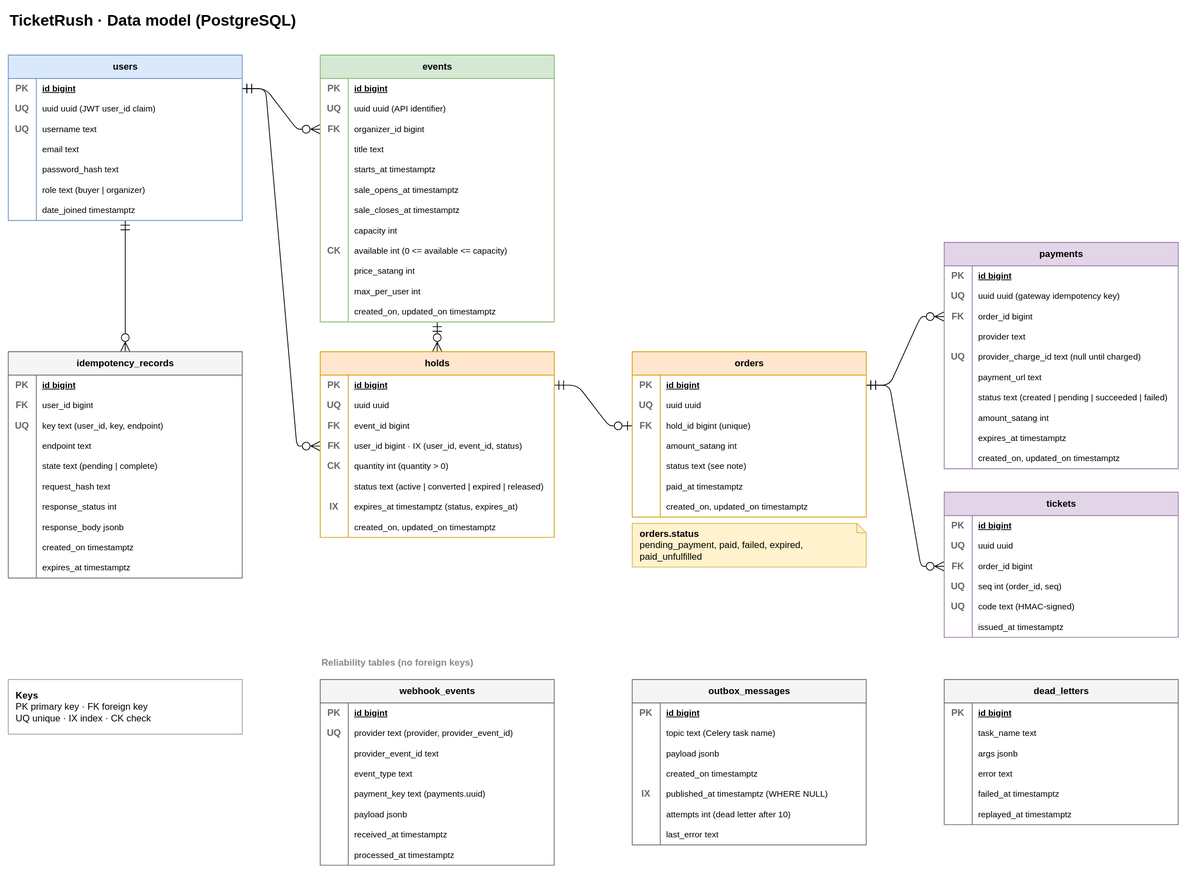
NaphatJM/ticketrush keeps this draw.io diagram as docs/diagrams/data-model.drawio.svg. Above is the earlier version. Source tidied: cells renumbered, new cells last; positions are measured from the earlier drawing's top-left corner, leaving out a move shared by most shapes.
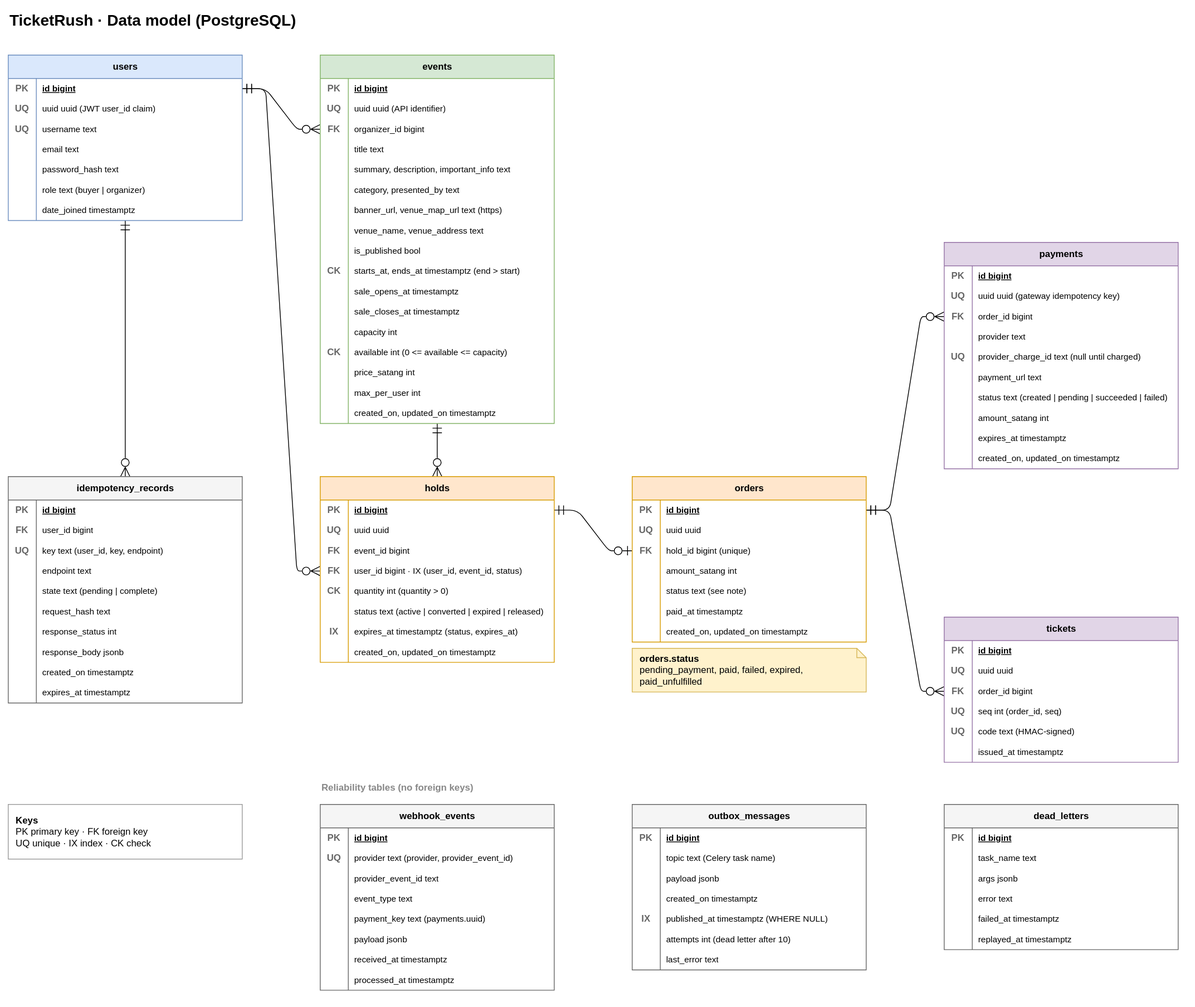
Later version of the same file.

Diff of the diagram source:
```diff
@@ -25,7 +25,7 @@
     </mxCell>
     <mxCell id="9" value="Components" parent="0" />
     <mxCell id="10" value="users" style="shape=table;startSize=30;rowLines=0;fontStyle=1;align=center;html=1;fillColor=#dae8fc;strokeColor=#6c8ebf;swimlaneFillColor=#ffffff;" parent="9" vertex="1">
-      <mxGeometry y="60" width="300" height="212" as="geometry" />
+      <mxGeometry y="-100" width="300" height="212" as="geometry" />
     </mxCell>
     <mxCell id="11" style="shape=tableRow;horizontal=0;startSize=0;swimlaneHead=0;swimlaneBody=0;fillColor=none;points=[[0,0.5],[1,0.5]];portConstraint=eastwest;top=0;left=0;right=0;bottom=0;html=1;" parent="10" vertex="1">
       <mxGeometry y="30" width="300" height="26" as="geometry" />
@@ -91,7 +91,7 @@
       <mxGeometry x="36" width="264" height="26" as="geometry" />
     </mxCell>
     <mxCell id="32" value="events" style="shape=table;startSize=30;rowLines=0;fontStyle=1;align=center;html=1;fillColor=#d5e8d4;strokeColor=#82b366;swimlaneFillColor=#ffffff;" parent="9" vertex="1">
-      <mxGeometry x="400" y="60" width="300" height="342" as="geometry" />
+      <mxGeometry x="400" y="-100" width="300" height="472" as="geometry" />
     </mxCell>
     <mxCell id="33" style="shape=tableRow;horizontal=0;startSize=0;swimlaneHead=0;swimlaneBody=0;fillColor=none;top=0;left=0;right=0;bottom=0;html=1;" parent="32" vertex="1">
       <mxGeometry y="30" width="300" height="26" as="geometry" />
@@ -135,7 +135,7 @@
     <mxCell id="46" style="shape=partialRectangle;fillColor=none;top=0;left=0;bottom=0;right=0;fontStyle=1;overflow=hidden;html=1;fontColor=#666666;" parent="45" vertex="1">
       <mxGeometry width="36" height="26" as="geometry" />
     </mxCell>
-    <mxCell id="47" value="starts_at timestamptz" style="shape=partialRectangle;fillColor=none;top=0;left=0;bottom=0;right=0;align=left;spacingLeft=6;overflow=hidden;html=1;fontSize=11;" parent="45" vertex="1">
+    <mxCell id="47" value="summary, description, important_info text" style="shape=partialRectangle;fillColor=none;top=0;left=0;bottom=0;right=0;align=left;spacingLeft=6;overflow=hidden;html=1;fontSize=11;" parent="45" vertex="1">
       <mxGeometry x="36" width="264" height="26" as="geometry" />
     </mxCell>
     <mxCell id="48" style="shape=tableRow;horizontal=0;startSize=0;swimlaneHead=0;swimlaneBody=0;fillColor=none;top=0;left=0;right=0;bottom=0;html=1;" parent="32" vertex="1">
@@ -144,7 +144,7 @@
     <mxCell id="49" style="shape=partialRectangle;fillColor=none;top=0;left=0;bottom=0;right=0;fontStyle=1;overflow=hidden;html=1;fontColor=#666666;" parent="48" vertex="1">
       <mxGeometry width="36" height="26" as="geometry" />
     </mxCell>
-    <mxCell id="50" value="sale_opens_at timestamptz" style="shape=partialRectangle;fillColor=none;top=0;left=0;bottom=0;right=0;align=left;spacingLeft=6;overflow=hidden;html=1;fontSize=11;" parent="48" vertex="1">
+    <mxCell id="50" value="category, presented_by text" style="shape=partialRectangle;fillColor=none;top=0;left=0;bottom=0;right=0;align=left;spacingLeft=6;overflow=hidden;html=1;fontSize=11;" parent="48" vertex="1">
       <mxGeometry x="36" width="264" height="26" as="geometry" />
     </mxCell>
     <mxCell id="51" style="shape=tableRow;horizontal=0;startSize=0;swimlaneHead=0;swimlaneBody=0;fillColor=none;top=0;left=0;right=0;bottom=0;html=1;" parent="32" vertex="1">
@@ -153,7 +153,7 @@
     <mxCell id="52" style="shape=partialRectangle;fillColor=none;top=0;left=0;bottom=0;right=0;fontStyle=1;overflow=hidden;html=1;fontColor=#666666;" parent="51" vertex="1">
       <mxGeometry width="36" height="26" as="geometry" />
     </mxCell>
-    <mxCell id="53" value="sale_closes_at timestamptz" style="shape=partialRectangle;fillColor=none;top=0;left=0;bottom=0;right=0;align=left;spacingLeft=6;overflow=hidden;html=1;fontSize=11;" parent="51" vertex="1">
+    <mxCell id="53" value="banner_url, venue_map_url text  (https)" style="shape=partialRectangle;fillColor=none;top=0;left=0;bottom=0;right=0;align=left;spacingLeft=6;overflow=hidden;html=1;fontSize=11;" parent="51" vertex="1">
       <mxGeometry x="36" width="264" height="26" as="geometry" />
     </mxCell>
     <mxCell id="54" style="shape=tableRow;horizontal=0;startSize=0;swimlaneHead=0;swimlaneBody=0;fillColor=none;top=0;left=0;right=0;bottom=0;html=1;" parent="32" vertex="1">
@@ -162,25 +162,25 @@
     <mxCell id="55" style="shape=partialRectangle;fillColor=none;top=0;left=0;bottom=0;right=0;fontStyle=1;overflow=hidden;html=1;fontColor=#666666;" parent="54" vertex="1">
       <mxGeometry width="36" height="26" as="geometry" />
     </mxCell>
-    <mxCell id="56" value="capacity int" style="shape=partialRectangle;fillColor=none;top=0;left=0;bottom=0;right=0;align=left;spacingLeft=6;overflow=hidden;html=1;fontSize=11;" parent="54" vertex="1">
+    <mxCell id="56" value="venue_name, venue_address text" style="shape=partialRectangle;fillColor=none;top=0;left=0;bottom=0;right=0;align=left;spacingLeft=6;overflow=hidden;html=1;fontSize=11;" parent="54" vertex="1">
       <mxGeometry x="36" width="264" height="26" as="geometry" />
     </mxCell>
     <mxCell id="57" style="shape=tableRow;horizontal=0;startSize=0;swimlaneHead=0;swimlaneBody=0;fillColor=none;top=0;left=0;right=0;bottom=0;html=1;" parent="32" vertex="1">
       <mxGeometry y="238" width="300" height="26" as="geometry" />
     </mxCell>
-    <mxCell id="58" value="CK" style="shape=partialRectangle;fillColor=none;top=0;left=0;bottom=0;right=0;fontStyle=1;overflow=hidden;html=1;fontColor=#666666;" parent="57" vertex="1">
+    <mxCell id="58" style="shape=partialRectangle;fillColor=none;top=0;left=0;bottom=0;right=0;fontStyle=1;overflow=hidden;html=1;fontColor=#666666;" parent="57" vertex="1">
       <mxGeometry width="36" height="26" as="geometry" />
     </mxCell>
-    <mxCell id="59" value="available int  (0 &lt;= available &lt;= capacity)" style="shape=partialRectangle;fillColor=none;top=0;left=0;bottom=0;right=0;align=left;spacingLeft=6;overflow=hidden;html=1;fontSize=11;" parent="57" vertex="1">
+    <mxCell id="59" value="is_published bool" style="shape=partialRectangle;fillColor=none;top=0;left=0;bottom=0;right=0;align=left;spacingLeft=6;overflow=hidden;html=1;fontSize=11;" parent="57" vertex="1">
       <mxGeometry x="36" width="264" height="26" as="geometry" />
     </mxCell>
     <mxCell id="60" style="shape=tableRow;horizontal=0;startSize=0;swimlaneHead=0;swimlaneBody=0;fillColor=none;top=0;left=0;right=0;bottom=0;html=1;" parent="32" vertex="1">
       <mxGeometry y="264" width="300" height="26" as="geometry" />
     </mxCell>
-    <mxCell id="61" style="shape=partialRectangle;fillColor=none;top=0;left=0;bottom=0;right=0;fontStyle=1;overflow=hidden;html=1;fontColor=#666666;" parent="60" vertex="1">
+    <mxCell id="61" value="CK" style="shape=partialRectangle;fillColor=none;top=0;left=0;bottom=0;right=0;fontStyle=1;overflow=hidden;html=1;fontColor=#666666;" parent="60" vertex="1">
       <mxGeometry width="36" height="26" as="geometry" />
     </mxCell>
-    <mxCell id="62" value="price_satang int" style="shape=partialRectangle;fillColor=none;top=0;left=0;bottom=0;right=0;align=left;spacingLeft=6;overflow=hidden;html=1;fontSize=11;" parent="60" vertex="1">
+    <mxCell id="62" value="starts_at, ends_at timestamptz  (end &gt; start)" style="shape=partialRectangle;fillColor=none;top=0;left=0;bottom=0;right=0;align=left;spacingLeft=6;overflow=hidden;html=1;fontSize=11;" parent="60" vertex="1">
       <mxGeometry x="36" width="264" height="26" as="geometry" />
     </mxCell>
     <mxCell id="63" style="shape=tableRow;horizontal=0;startSize=0;swimlaneHead=0;swimlaneBody=0;fillColor=none;top=0;left=0;right=0;bottom=0;html=1;" parent="32" vertex="1">
@@ -189,7 +189,7 @@
     <mxCell id="64" style="shape=partialRectangle;fillColor=none;top=0;left=0;bottom=0;right=0;fontStyle=1;overflow=hidden;html=1;fontColor=#666666;" parent="63" vertex="1">
       <mxGeometry width="36" height="26" as="geometry" />
     </mxCell>
-    <mxCell id="65" value="max_per_user int" style="shape=partialRectangle;fillColor=none;top=0;left=0;bottom=0;right=0;align=left;spacingLeft=6;overflow=hidden;html=1;fontSize=11;" parent="63" vertex="1">
+    <mxCell id="65" value="sale_opens_at timestamptz" style="shape=partialRectangle;fillColor=none;top=0;left=0;bottom=0;right=0;align=left;spacingLeft=6;overflow=hidden;html=1;fontSize=11;" parent="63" vertex="1">
       <mxGeometry x="36" width="264" height="26" as="geometry" />
     </mxCell>
     <mxCell id="66" style="shape=tableRow;horizontal=0;startSize=0;swimlaneHead=0;swimlaneBody=0;fillColor=none;top=0;left=0;right=0;bottom=0;html=1;" parent="32" vertex="1">
@@ -198,9 +198,54 @@
     <mxCell id="67" style="shape=partialRectangle;fillColor=none;top=0;left=0;bottom=0;right=0;fontStyle=1;overflow=hidden;html=1;fontColor=#666666;" parent="66" vertex="1">
       <mxGeometry width="36" height="26" as="geometry" />
     </mxCell>
-    <mxCell id="68" value="created_on, updated_on timestamptz" style="shape=partialRectangle;fillColor=none;top=0;left=0;bottom=0;right=0;align=left;spacingLeft=6;overflow=hidden;html=1;fontSize=11;" parent="66" vertex="1">
+    <mxCell id="68" value="sale_closes_at timestamptz" style="shape=partialRectangle;fillColor=none;top=0;left=0;bottom=0;right=0;align=left;spacingLeft=6;overflow=hidden;html=1;fontSize=11;" parent="66" vertex="1">
       <mxGeometry x="36" width="264" height="26" as="geometry" />
     </mxCell>
+    <mxCell id="267" style="shape=tableRow;horizontal=0;startSize=0;swimlaneHead=0;swimlaneBody=0;fillColor=none;top=0;left=0;right=0;bottom=0;html=1;" parent="32" vertex="1">
+      <mxGeometry y="342" width="300" height="26" as="geometry" />
+    </mxCell>
+    <mxCell id="268" style="shape=partialRectangle;fillColor=none;top=0;left=0;bottom=0;right=0;fontStyle=1;overflow=hidden;html=1;fontColor=#666666;" parent="267" vertex="1">
+      <mxGeometry width="36" height="26" as="geometry" />
+    </mxCell>
+    <mxCell id="269" value="capacity int" style="shape=partialRectangle;fillColor=none;top=0;left=0;bottom=0;right=0;align=left;spacingLeft=6;overflow=hidden;html=1;fontSize=11;" parent="267" vertex="1">
+      <mxGeometry x="36" width="264" height="26" as="geometry" />
+    </mxCell>
+    <mxCell id="270" style="shape=tableRow;horizontal=0;startSize=0;swimlaneHead=0;swimlaneBody=0;fillColor=none;top=0;left=0;right=0;bottom=0;html=1;" parent="32" vertex="1">
+      <mxGeometry y="368" width="300" height="26" as="geometry" />
+    </mxCell>
+    <mxCell id="271" value="CK" style="shape=partialRectangle;fillColor=none;top=0;left=0;bottom=0;right=0;fontStyle=1;overflow=hidden;html=1;fontColor=#666666;" parent="270" vertex="1">
+      <mxGeometry width="36" height="26" as="geometry" />
+    </mxCell>
+    <mxCell id="272" value="available int  (0 &lt;= available &lt;= capacity)" style="shape=partialRectangle;fillColor=none;top=0;left=0;bottom=0;right=0;align=left;spacingLeft=6;overflow=hidden;html=1;fontSize=11;" parent="270" vertex="1">
+      <mxGeometry x="36" width="264" height="26" as="geometry" />
+    </mxCell>
+    <mxCell id="273" style="shape=tableRow;horizontal=0;startSize=0;swimlaneHead=0;swimlaneBody=0;fillColor=none;top=0;left=0;right=0;bottom=0;html=1;" parent="32" vertex="1">
+      <mxGeometry y="394" width="300" height="26" as="geometry" />
+    </mxCell>
+    <mxCell id="274" style="shape=partialRectangle;fillColor=none;top=0;left=0;bottom=0;right=0;fontStyle=1;overflow=hidden;html=1;fontColor=#666666;" parent="273" vertex="1">
+      <mxGeometry width="36" height="26" as="geometry" />
+    </mxCell>
+    <mxCell id="275" value="price_satang int" style="shape=partialRectangle;fillColor=none;top=0;left=0;bottom=0;right=0;align=left;spacingLeft=6;overflow=hidden;html=1;fontSize=11;" parent="273" vertex="1">
+      <mxGeometry x="36" width="264" height="26" as="geometry" />
+    </mxCell>
+    <mxCell id="276" style="shape=tableRow;horizontal=0;startSize=0;swimlaneHead=0;swimlaneBody=0;fillColor=none;top=0;left=0;right=0;bottom=0;html=1;" parent="32" vertex="1">
+      <mxGeometry y="420" width="300" height="26" as="geometry" />
+    </mxCell>
+    <mxCell id="277" style="shape=partialRectangle;fillColor=none;top=0;left=0;bottom=0;right=0;fontStyle=1;overflow=hidden;html=1;fontColor=#666666;" parent="276" vertex="1">
+      <mxGeometry width="36" height="26" as="geometry" />
+    </mxCell>
+    <mxCell id="278" value="max_per_user int" style="shape=partialRectangle;fillColor=none;top=0;left=0;bottom=0;right=0;align=left;spacingLeft=6;overflow=hidden;html=1;fontSize=11;" parent="276" vertex="1">
+      <mxGeometry x="36" width="264" height="26" as="geometry" />
+    </mxCell>
+    <mxCell id="279" style="shape=tableRow;horizontal=0;startSize=0;swimlaneHead=0;swimlaneBody=0;fillColor=none;top=0;left=0;right=0;bottom=0;html=1;" parent="32" vertex="1">
+      <mxGeometry y="446" width="300" height="26" as="geometry" />
+    </mxCell>
+    <mxCell id="280" style="shape=partialRectangle;fillColor=none;top=0;left=0;bottom=0;right=0;fontStyle=1;overflow=hidden;html=1;fontColor=#666666;" parent="279" vertex="1">
+      <mxGeometry width="36" height="26" as="geometry" />
+    </mxCell>
+    <mxCell id="281" value="created_on, updated_on timestamptz" style="shape=partialRectangle;fillColor=none;top=0;left=0;bottom=0;right=0;align=left;spacingLeft=6;overflow=hidden;html=1;fontSize=11;" parent="279" vertex="1">
+      <mxGeometry x="36" width="264" height="26" as="geometry" />
+    </mxCell>
     <mxCell id="69" value="idempotency_records" style="shape=table;startSize=30;rowLines=0;fontStyle=1;align=center;html=1;fillColor=#f5f5f5;strokeColor=#666666;swimlaneFillColor=#ffffff;" parent="9" vertex="1">
       <mxGeometry y="440" width="300" height="290" as="geometry" />
     </mxCell>
@@ -436,7 +481,7 @@
       <mxGeometry x="36" width="264" height="26" as="geometry" />
     </mxCell>
     <mxCell id="147" value="payments" style="shape=table;startSize=30;rowLines=0;fontStyle=1;align=center;html=1;fillColor=#e1d5e7;strokeColor=#9673a6;swimlaneFillColor=#ffffff;" parent="9" vertex="1">
-      <mxGeometry x="1200" y="300" width="300" height="290" as="geometry" />
+      <mxGeometry x="1200" y="140" width="300" height="290" as="geometry" />
     </mxCell>
     <mxCell id="148" style="shape=tableRow;horizontal=0;startSize=0;swimlaneHead=0;swimlaneBody=0;fillColor=none;top=0;left=0;right=0;bottom=0;html=1;" parent="147" vertex="1">
       <mxGeometry y="30" width="300" height="26" as="geometry" />
@@ -787,7 +832,7 @@
       <mxGeometry x="800" y="660" width="300" height="56" as="geometry" />
     </mxCell>
     <mxCell id="264" value="&lt;b&gt;TicketRush · Data model (PostgreSQL)&lt;/b&gt;" style="text;html=1;fontSize=20;align=left;verticalAlign=middle;" parent="9" vertex="1">
-      <mxGeometry width="600" height="30" as="geometry" />
+      <mxGeometry y="-160" width="600" height="30" as="geometry" />
     </mxCell>
     <mxCell id="265" value="Reliability tables (no foreign keys)" style="text;html=1;fontStyle=1;fontColor=#888888;align=left;" parent="9" vertex="1">
       <mxGeometry x="400" y="825" width="400" height="26" as="geometry" />
```
